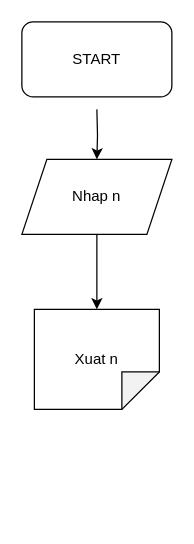
NZodasic/Flow_chart_learning keeps this draw.io diagram as Untitled Diagram.drawio. Above is the earlier version. Source tidied: cells renumbered, new cells numbered last; positions are measured from the earlier drawing's top-left corner, leaving out a move shared by most shapes. Both pictures are drawn from the tidied source at 125%, with x=0, y=0 at pixel (21, 21).
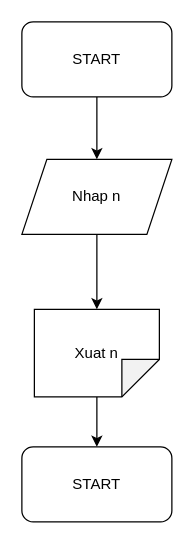
After the change.

The edit, as a diff of the source:
```diff
@@
 <mxGraphModel>
   <root>
     <mxCell id="0" />
     <mxCell id="1" parent="0" />
-    <mxCell id="2" style="edgeStyle=orthogonalEdgeStyle;rounded=0;jettySize=auto;html=1;exitX=0.5;exitY=1;exitDx=0;exitDy=0;" parent="1" edge="1" target="4">
-      <mxGeometry relative="1" as="geometry">
-        <mxPoint x="60" y="70" as="sourcePoint" />
-      </mxGeometry>
+    <mxCell id="2" style="edgeStyle=orthogonalEdgeStyle;rounded=0;jettySize=auto;html=1;" parent="1" edge="1" source="6" target="4">
+      <mxGeometry relative="1" as="geometry" />
     </mxCell>
     <mxCell id="3" style="edgeStyle=orthogonalEdgeStyle;rounded=0;jettySize=auto;html=1;exitX=0.5;exitY=1;exitDx=0;exitDy=0;" parent="1" edge="1" source="4" target="5">
       <mxGeometry relative="1" as="geometry" />
     </mxCell>
-    <mxCell id="4" value="Nhap n" style="shape=parallelogram;perimeter=parallelogramPerimeter;whiteSpace=wrap;html=1;fixedSize=1;" parent="1" vertex="1">
+    <mxCell id="4" value="Nhap n" style="shape=parallelogram;perimeter=parallelogramPerimeter;whiteSpace=wrap;html=1;fixedSize=1;strokeWidth=1;" parent="1" vertex="1">
       <mxGeometry y="110" width="120" height="60" as="geometry" />
     </mxCell>
+    <mxCell id="7" style="edgeStyle=orthogonalEdgeStyle;rounded=0;jettySize=auto;html=1;entryX=0.5;entryY=0;entryDx=0;entryDy=0;" parent="1" edge="1" source="5" target="8">
+      <mxGeometry relative="1" as="geometry" />
+    </mxCell>
     <mxCell id="5" value="Xuat n" style="shape=note;whiteSpace=wrap;html=1;backgroundOutline=1;darkOpacity=0.05;rotation=90;horizontal=0;" parent="1" vertex="1">
-      <mxGeometry x="20" y="220" width="80" height="100" as="geometry" />
+      <mxGeometry x="25" y="215" width="70" height="100" as="geometry" />
     </mxCell>
     <mxCell id="6" value="START" style="rounded=1;whiteSpace=wrap;html=1;" parent="1" vertex="1">
       <mxGeometry width="120" height="60" as="geometry" />
     </mxCell>
+    <mxCell id="8" value="START" style="rounded=1;whiteSpace=wrap;html=1;" parent="1" vertex="1">
+      <mxGeometry y="340" width="120" height="60" as="geometry" />
+    </mxCell>
   </root>
 </mxGraphModel>
```
